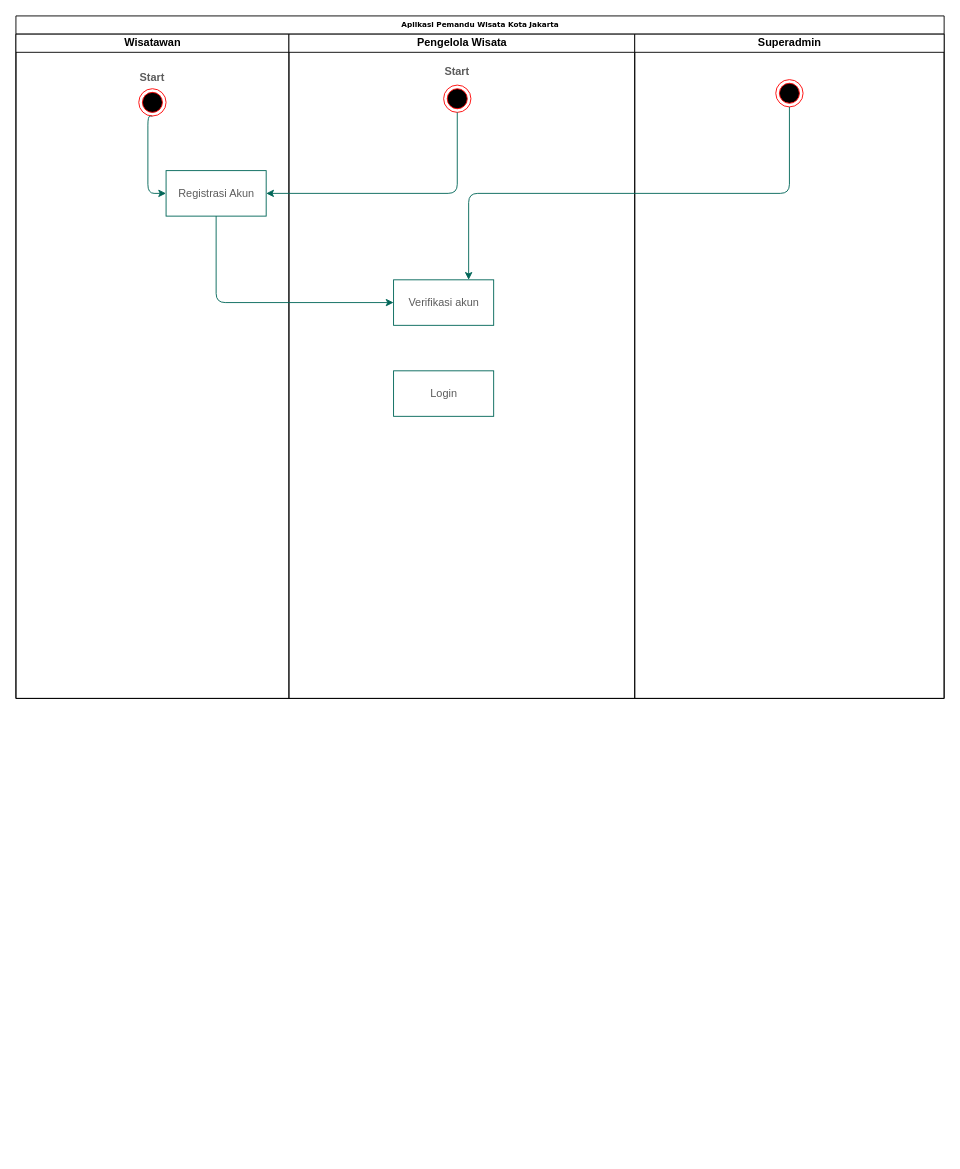
Above: page "Activity Diagram" (2 of 2) of DiagramPariwisata.drawio in JioAshter/diagrams_pemandupariwisata (draw.io), before the change. Source tidied: cells renumbered, new cells numbered last; positions are measured from the earlier drawing's top-left corner, leaving out a move shared by most shapes. Both pictures are drawn from the tidied source at 91%, with x=0, y=0 at pixel (15, 15).
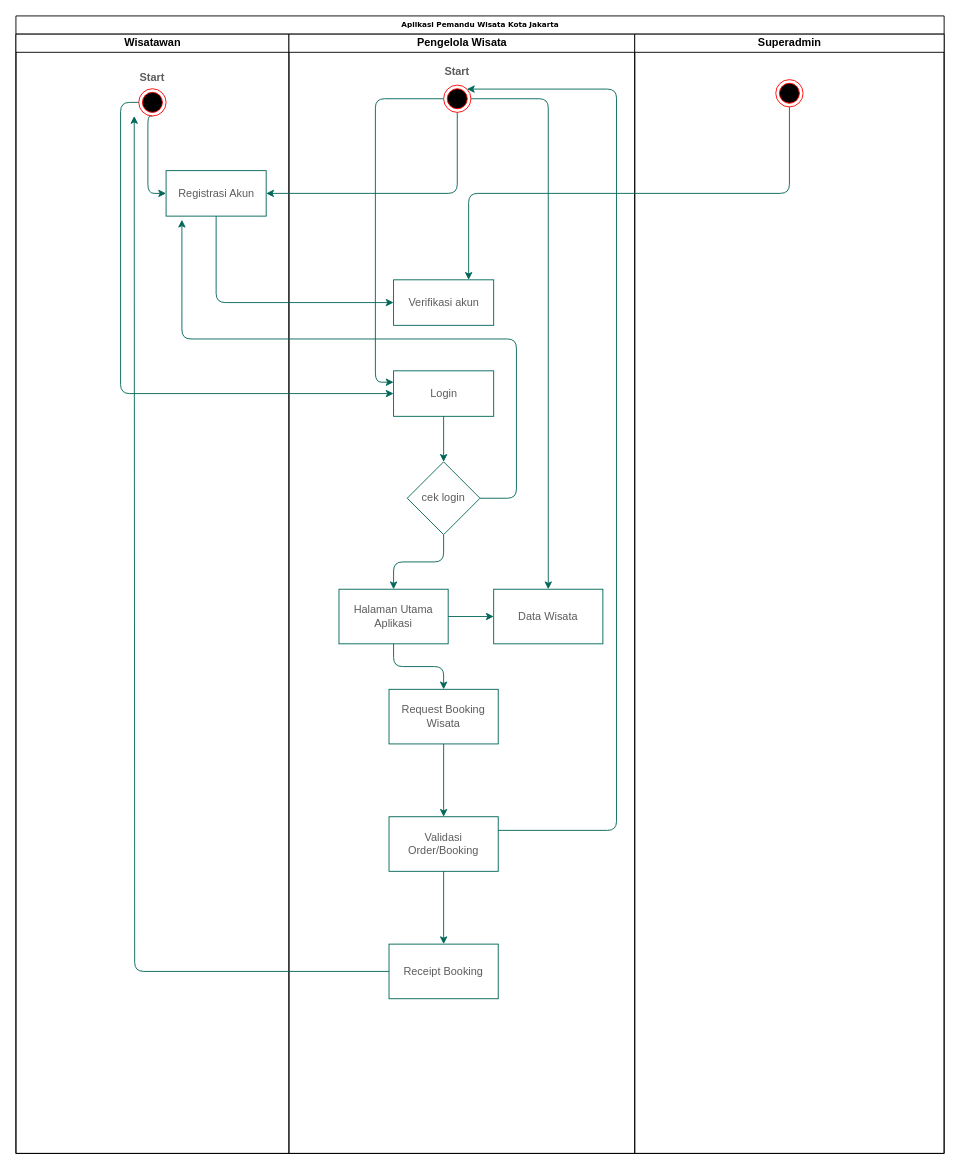
After the change.

Unchanged cells that the change refers to:
```xml
<mxCell id="5" style="ellipse;html=1;shape=endState;fillColor=#000000;strokeColor=#ff0000;rounded=0;sketch=0;fontColor=#5C5C5C;" parent="3" vertex="1">
  <mxGeometry x="135" y="60" width="30" height="30" as="geometry" />
</mxCell>
<mxCell id="7" value="Registrasi Akun" style="html=1;rounded=0;sketch=0;strokeColor=#006658;fillColor=none;fontColor=#5C5C5C;" parent="3" vertex="1">
  <mxGeometry x="165" y="150" width="110" height="50" as="geometry" />
</mxCell>
<mxCell id="9" style="ellipse;html=1;shape=endState;fillColor=#000000;strokeColor=#ff0000;rounded=0;sketch=0;fontColor=#5C5C5C;" parent="8" vertex="1">
  <mxGeometry x="170" y="56" width="30" height="30" as="geometry" />
</mxCell>
<mxCell id="12" value="Login" style="html=1;rounded=0;sketch=0;strokeColor=#006658;fillColor=none;fontColor=#5C5C5C;" parent="8" vertex="1">
  <mxGeometry x="115" y="370" width="110" height="50" as="geometry" />
</mxCell>
```

Diff of the diagram source:
```diff
@@
     <mxCell id="2" value="Aplikasi Pemandu Wisata Kota Jakarta" style="swimlane;html=1;startSize=20;rounded=0;shadow=0;labelBackgroundColor=none;strokeWidth=1;fontFamily=Verdana;fontSize=8;align=center;" parent="1" vertex="1">
-      <mxGeometry width="1020" height="750" as="geometry" />
+      <mxGeometry width="1020" height="1250" as="geometry" />
     </mxCell>
     <mxCell id="3" value="Wisatawan" style="swimlane;html=1;startSize=20;" parent="2" vertex="1">
-      <mxGeometry y="20" width="300" height="730" as="geometry" />
+      <mxGeometry y="20" width="300" height="1230" as="geometry" />
     </mxCell>
@@
     <mxCell id="8" value="Pengelola Wisata" style="swimlane;html=1;startSize=20;" parent="2" vertex="1">
-      <mxGeometry x="300" y="20" width="380" height="730" as="geometry" />
+      <mxGeometry x="300" y="20" width="380" height="1230" as="geometry" />
     </mxCell>
+    <mxCell id="18" style="edgeStyle=orthogonalEdgeStyle;curved=0;rounded=1;sketch=0;jettySize=auto;html=1;exitX=0;exitY=0.5;exitDx=0;exitDy=0;entryX=0;entryY=0.25;entryDx=0;entryDy=0;strokeColor=#006658;fillColor=#21C0A5;fontColor=#5C5C5C;" parent="8" edge="1" source="9" target="12">
+      <mxGeometry relative="1" as="geometry" />
+    </mxCell>
+    <mxCell id="19" style="edgeStyle=orthogonalEdgeStyle;curved=0;rounded=1;sketch=0;jettySize=auto;html=1;exitX=1;exitY=0.5;exitDx=0;exitDy=0;entryX=0.5;entryY=0;entryDx=0;entryDy=0;strokeColor=#006658;fillColor=#21C0A5;fontColor=#5C5C5C;" parent="8" edge="1" source="9" target="26">
+      <mxGeometry relative="1" as="geometry" />
+    </mxCell>
@@
+    <mxCell id="20" style="edgeStyle=orthogonalEdgeStyle;curved=0;rounded=1;sketch=0;jettySize=auto;html=1;exitX=0.5;exitY=1;exitDx=0;exitDy=0;entryX=0.5;entryY=0;entryDx=0;entryDy=0;strokeColor=#006658;fillColor=#21C0A5;fontColor=#5C5C5C;" parent="8" edge="1" source="12" target="22">
+      <mxGeometry relative="1" as="geometry" />
+    </mxCell>
@@
+    <mxCell id="21" style="edgeStyle=orthogonalEdgeStyle;curved=0;rounded=1;sketch=0;jettySize=auto;html=1;exitX=0.5;exitY=1;exitDx=0;exitDy=0;entryX=0.5;entryY=0;entryDx=0;entryDy=0;strokeColor=#006658;fillColor=#21C0A5;fontColor=#5C5C5C;" parent="8" edge="1" source="22" target="24">
+      <mxGeometry relative="1" as="geometry" />
+    </mxCell>
+    <mxCell id="22" value="cek login" style="rhombus;whiteSpace=wrap;html=1;rounded=0;sketch=0;strokeColor=#006658;fillColor=none;fontColor=#5C5C5C;" parent="8" vertex="1">
+      <mxGeometry x="130" y="470" width="80" height="80" as="geometry" />
+    </mxCell>
+    <mxCell id="23" style="edgeStyle=orthogonalEdgeStyle;curved=0;rounded=1;sketch=0;jettySize=auto;html=1;exitX=0.5;exitY=1;exitDx=0;exitDy=0;entryX=0.5;entryY=0;entryDx=0;entryDy=0;strokeColor=#006658;fillColor=#21C0A5;fontColor=#5C5C5C;" parent="8" edge="1" source="24" target="25">
+      <mxGeometry relative="1" as="geometry" />
+    </mxCell>
+    <mxCell id="24" value="&lt;div&gt;Halaman Utama&lt;/div&gt;&lt;div&gt;Aplikasi&lt;br&gt;&lt;/div&gt;" style="rounded=0;whiteSpace=wrap;html=1;sketch=0;strokeColor=#006658;fillColor=none;fontColor=#5C5C5C;" parent="8" vertex="1">
+      <mxGeometry x="55" y="610" width="120" height="60" as="geometry" />
+    </mxCell>
+    <mxCell id="25" value="Request Booking Wisata" style="rounded=0;whiteSpace=wrap;html=1;sketch=0;strokeColor=#006658;fillColor=none;fontColor=#5C5C5C;" parent="8" vertex="1">
+      <mxGeometry x="110" y="720" width="120" height="60" as="geometry" />
+    </mxCell>
+    <mxCell id="26" value="Data Wisata" style="whiteSpace=wrap;html=1;rounded=0;fontColor=#5C5C5C;strokeColor=#006658;fillColor=none;sketch=0;" parent="8" vertex="1">
+      <mxGeometry x="225" y="610" width="120" height="60" as="geometry" />
+    </mxCell>
+    <mxCell id="27" style="edgeStyle=orthogonalEdgeStyle;curved=0;rounded=1;sketch=0;jettySize=auto;html=1;strokeColor=#006658;fillColor=#21C0A5;fontColor=#5C5C5C;" parent="8" edge="1" source="24" target="26">
+      <mxGeometry relative="1" as="geometry" />
+    </mxCell>
     <mxCell id="13" value="&lt;div&gt;Superadmin&lt;/div&gt;" style="swimlane;html=1;startSize=20;" parent="2" vertex="1">
-      <mxGeometry x="680" y="20" width="340" height="730" as="geometry" />
+      <mxGeometry x="680" y="20" width="340" height="1230" as="geometry" />
     </mxCell>
@@
+    <mxCell id="28" style="edgeStyle=orthogonalEdgeStyle;curved=0;rounded=1;sketch=0;jettySize=auto;html=1;exitX=0;exitY=0.5;exitDx=0;exitDy=0;entryX=0;entryY=0.5;entryDx=0;entryDy=0;strokeColor=#006658;fillColor=#21C0A5;fontColor=#5C5C5C;" parent="2" edge="1" source="5" target="12">
+      <mxGeometry relative="1" as="geometry" />
+    </mxCell>
+    <mxCell id="29" style="edgeStyle=orthogonalEdgeStyle;curved=0;rounded=1;sketch=0;jettySize=auto;html=1;exitX=1;exitY=0.5;exitDx=0;exitDy=0;entryX=0.158;entryY=1.08;entryDx=0;entryDy=0;entryPerimeter=0;strokeColor=#006658;fillColor=#21C0A5;fontColor=#5C5C5C;" parent="2" edge="1" source="22" target="7">
+      <mxGeometry relative="1" as="geometry">
+        <Array as="points">
+          <mxPoint x="550" y="530" />
+          <mxPoint x="550" y="355" />
+          <mxPoint x="182" y="355" />
+        </Array>
+      </mxGeometry>
+    </mxCell>
+    <mxCell id="30" style="edgeStyle=orthogonalEdgeStyle;curved=0;rounded=1;sketch=0;jettySize=auto;html=1;exitX=1;exitY=0.25;exitDx=0;exitDy=0;entryX=1;entryY=0;entryDx=0;entryDy=0;strokeColor=#006658;fillColor=#21C0A5;fontColor=#5C5C5C;" parent="1" edge="1" source="32" target="9">
+      <mxGeometry relative="1" as="geometry">
+        <Array as="points">
+          <mxPoint x="660" y="895" />
+          <mxPoint x="660" y="80" />
+        </Array>
+      </mxGeometry>
+    </mxCell>
+    <mxCell id="31" style="edgeStyle=orthogonalEdgeStyle;curved=0;rounded=1;sketch=0;jettySize=auto;html=1;strokeColor=#006658;fillColor=#21C0A5;fontColor=#5C5C5C;" parent="1" edge="1" source="32" target="35">
+      <mxGeometry relative="1" as="geometry" />
+    </mxCell>
+    <mxCell id="32" value="Validasi Order/Booking" style="whiteSpace=wrap;html=1;rounded=0;fontColor=#5C5C5C;strokeColor=#006658;fillColor=none;sketch=0;" parent="1" vertex="1">
+      <mxGeometry x="410" y="880" width="120" height="60" as="geometry" />
+    </mxCell>
+    <mxCell id="33" style="edgeStyle=orthogonalEdgeStyle;curved=0;rounded=1;sketch=0;jettySize=auto;html=1;strokeColor=#006658;fillColor=#21C0A5;fontColor=#5C5C5C;" parent="1" edge="1" source="25" target="32">
+      <mxGeometry relative="1" as="geometry" />
+    </mxCell>
+    <mxCell id="34" style="edgeStyle=orthogonalEdgeStyle;curved=0;rounded=1;sketch=0;jettySize=auto;html=1;exitX=0;exitY=0.5;exitDx=0;exitDy=0;strokeColor=#006658;fillColor=#21C0A5;fontColor=#5C5C5C;" parent="1" edge="1" source="35">
+      <mxGeometry relative="1" as="geometry">
+        <mxPoint x="130" y="110" as="targetPoint" />
+      </mxGeometry>
+    </mxCell>
+    <mxCell id="35" value="Receipt Booking" style="whiteSpace=wrap;html=1;rounded=0;fontColor=#5C5C5C;strokeColor=#006658;fillColor=none;sketch=0;" parent="1" vertex="1">
+      <mxGeometry x="410" y="1020" width="120" height="60" as="geometry" />
+    </mxCell>
```
